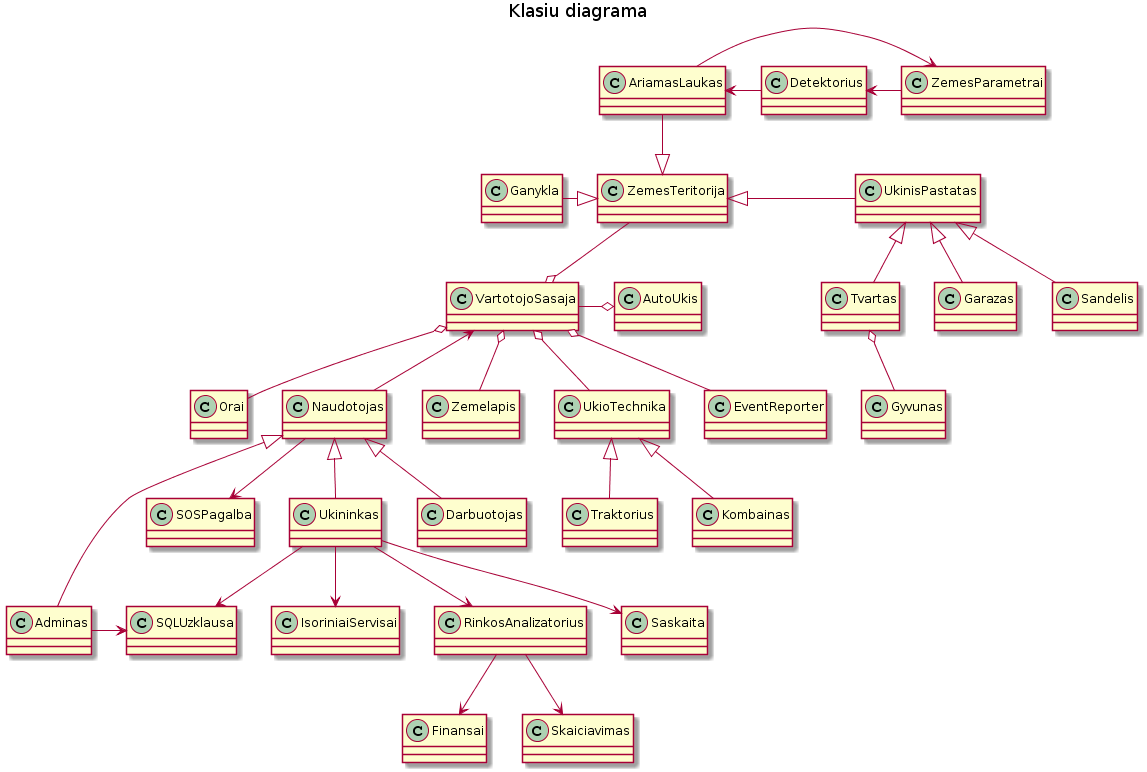
The PlantUML diagram Latex/Klasesv2.png in macro161/autoukis, before a commit.
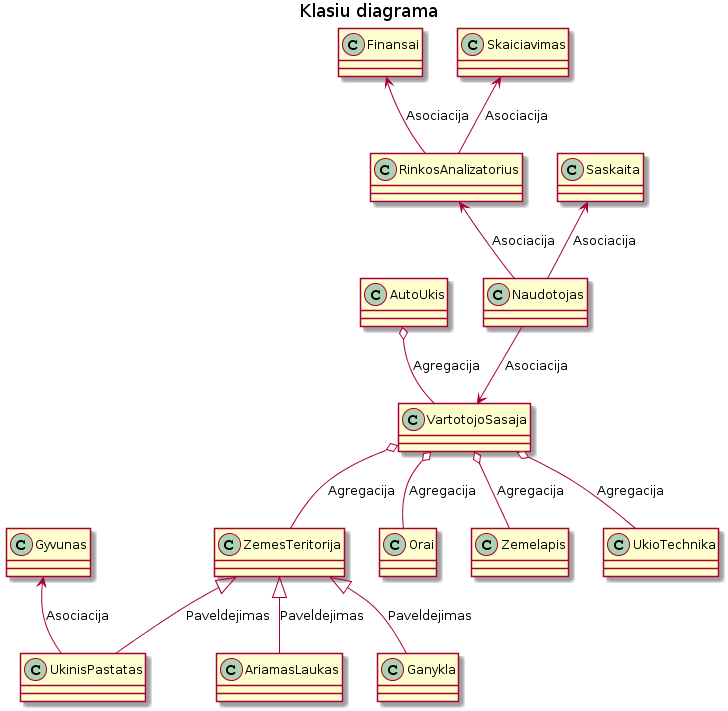
Later version of the same file.

Commit message:
Klasiu diagrama

Klasiu diagrama

Diff of the diagram source:
```diff
@@ -1,67 +1,35 @@
 @startuml
 title Klasiu diagrama
 
-class SQLUzklausa
-class IsoriniaiServisai
+class AriamasLaukas
+class ZemesTeritorija
+class Ganykla
+class ZemesTeritorija
+class UkinisPastatas
+class VartotojoSasaja
+class AutoUkis
 class Orai
+class Naudotojas
+class Zemelapis
+class UkioTechnika
+class Gyvunas
 class RinkosAnalizatorius
-class SOSPagalba
-class Naudotojas
-class Adminas
-class Ukininkas
-class Darbuotojas
-class Detektorius
 class Saskaita
 class Finansai
-class ZemesParametrai
 class Skaiciavimas
-class VartotojoSasaja
-class Zemelapis
-class UkioTechnika
-class Traktorius
-class Kombainas
-class Ganykla
-class Gyvunas
-class AriamasLaukas
-class ZemesTeritorija
-class UkinisPastatas
-class Tvartas
-class Garazas
-class Sandelis
-class EventReporter
 
-
-AutoUkis o-left- VartotojoSasaja
-
-VartotojoSasaja o-- Zemelapis
-Naudotojas <|-down- Darbuotojas
-Naudotojas <|-down- Ukininkas
-Naudotojas <|-down- Adminas
-
-UkinisPastatas <|-down- Tvartas
-UkinisPastatas <|-down- Garazas
-UkinisPastatas <|-down- Sandelis
-
-ZemesTeritorija <|- UkinisPastatas
-ZemesTeritorija <|-up- AriamasLaukas
-ZemesTeritorija <|-left- Ganykla
-UkioTechnika <|-down- Traktorius
-UkioTechnika <|-down- Kombainas
-Tvartas o--Gyvunas
-AriamasLaukas <- Detektorius
-Ukininkas -down-> SQLUzklausa
-Naudotojas -down-> SOSPagalba
-Ukininkas -down-> IsoriniaiServisai
-RinkosAnalizatorius -down-> Finansai
-VartotojoSasaja <-- Naudotojas
-VartotojoSasaja o-- Orai
-Adminas -> SQLUzklausa
-Ukininkas -down-> Saskaita
-AriamasLaukas -> ZemesParametrai
-Detektorius <- ZemesParametrai
-RinkosAnalizatorius -down-> Skaiciavimas
-VartotojoSasaja o-up- ZemesTeritorija
-VartotojoSasaja o-- UkioTechnika
-Ukininkas -down-> RinkosAnalizatorius
-VartotojoSasaja o-- EventReporter
+VartotojoSasaja o-down-Orai: Agregacija
+VartotojoSasaja o-down-Zemelapis: Agregacija
+VartotojoSasaja o-down-UkioTechnika: Agregacija
+VartotojoSasaja <-down-Naudotojas: Asociacija
+RinkosAnalizatorius <--Naudotojas: Asociacija
+Saskaita <-- Naudotojas: Asociacija
+Finansai <-- RinkosAnalizatorius: Asociacija
+Skaiciavimas <-- RinkosAnalizatorius: Asociacija
+AutoUkis o-- VartotojoSasaja: Agregacija
+VartotojoSasaja o-- ZemesTeritorija: Agregacija
+ZemesTeritorija <|-- Ganykla: Paveldejimas
+ZemesTeritorija<|-- AriamasLaukas: Paveldejimas
+ZemesTeritorija<|-- UkinisPastatas: Paveldejimas
+Gyvunas <-- UkinisPastatas:Asociacija
 @enduml
```
